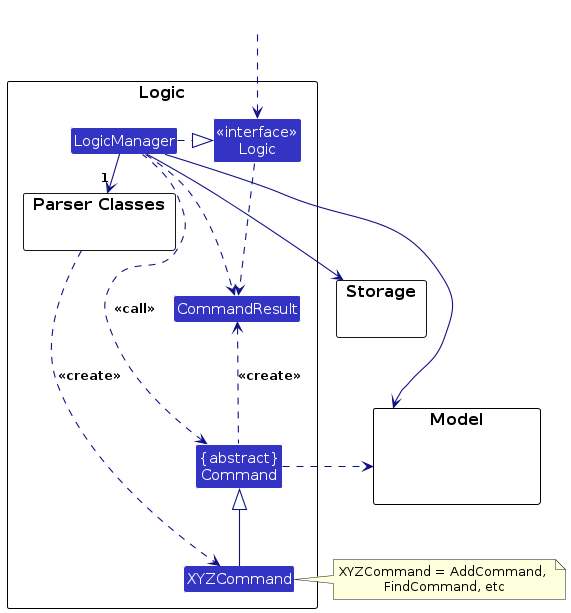
Earlier version of the PlantUML export diagrams/LogicClassDiagram.png (AY2627S1-CS2103T-T11-2/tp). Its source is kept beside it as diagrams/LogicClassDiagram.puml. Its diagram source:
```plantuml
@startuml
!include style.puml
skinparam arrowThickness 1.1
skinparam arrowColor LOGIC_COLOR_T4
skinparam classBackgroundColor LOGIC_COLOR

package Logic as LogicPackage {

package "Parser Classes" as ParserClasses{
}
Class XYZCommand
Class CommandResult
Class "{abstract}\nCommand" as Command


Class "<<interface>>\nLogic" as Logic
Class LogicManager
}

package Model {
Class HiddenModel #FFFFFF
}

package Storage {
}

Class HiddenOutside #FFFFFF
HiddenOutside ..> Logic

LogicManager .right.|> Logic
LogicManager -right->"1" ParserClasses
ParserClasses ..> XYZCommand : <<create>>

XYZCommand -up-|> Command
LogicManager .left.> Command : <<call>>

LogicManager --> Model
LogicManager --> Storage
Storage --[hidden] Model
Command .[hidden]up.> Storage
Command .right.> Model
note right of XYZCommand: XYZCommand = AddCommand, \nFindCommand, etc

Logic ..> CommandResult
LogicManager .down.> CommandResult
Command .up.> CommandResult : <<create>>
@enduml
```
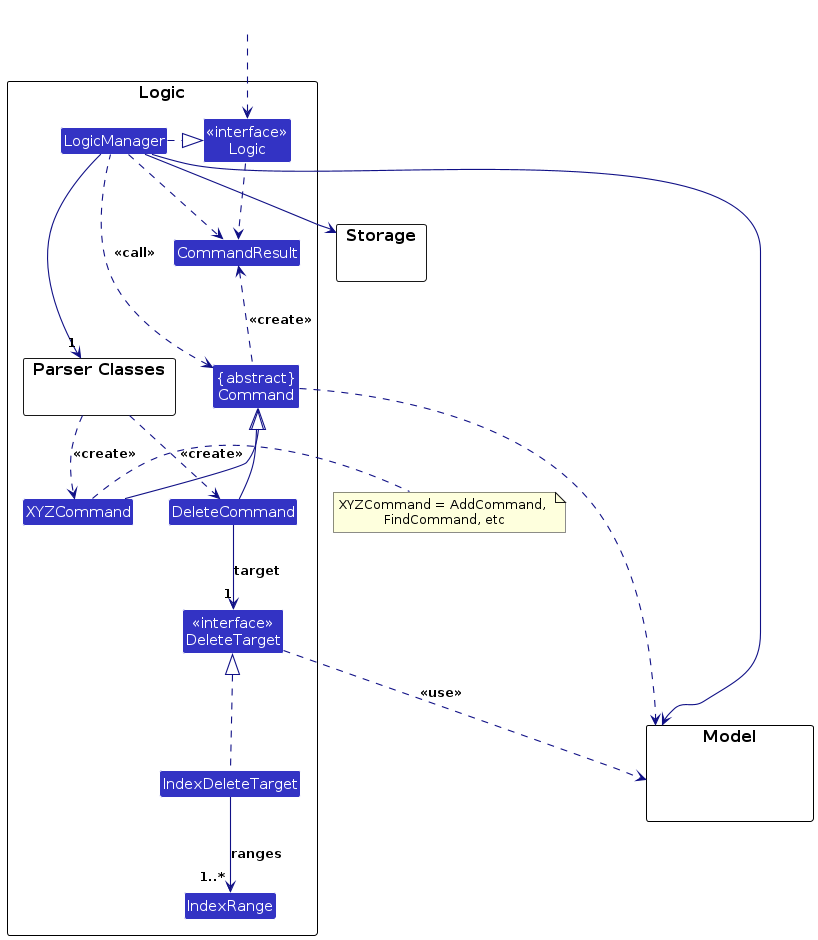
Above is the later version.

Change to the diagram source:
```diff
@@ -12,6 +12,10 @@
 Class CommandResult
 Class "{abstract}\nCommand" as Command
 
+Class DeleteCommand
+Class "<<interface>>\nDeleteTarget" as DeleteTarget
+Class IndexDeleteTarget
+Class IndexRange
 
 Class "<<interface>>\nLogic" as Logic
 Class LogicManager
@@ -30,15 +34,24 @@
 LogicManager .right.|> Logic
 LogicManager -right->"1" ParserClasses
 ParserClasses ..> XYZCommand : <<create>>
+ParserClasses ..> DeleteCommand : <<create>>
 
 XYZCommand -up-|> Command
+DeleteCommand -up-|> Command
+
 LogicManager .left.> Command : <<call>>
+
+DeleteCommand --> "1" DeleteTarget : target
+IndexDeleteTarget .up.|> DeleteTarget
+IndexDeleteTarget --> "1..*" IndexRange : ranges
 
 LogicManager --> Model
 LogicManager --> Storage
 Storage --[hidden] Model
+
 Command .[hidden]up.> Storage
 Command .right.> Model
+DeleteTarget ..> Model : <<use>>
 note right of XYZCommand: XYZCommand = AddCommand, \nFindCommand, etc
 
 Logic ..> CommandResult
```
